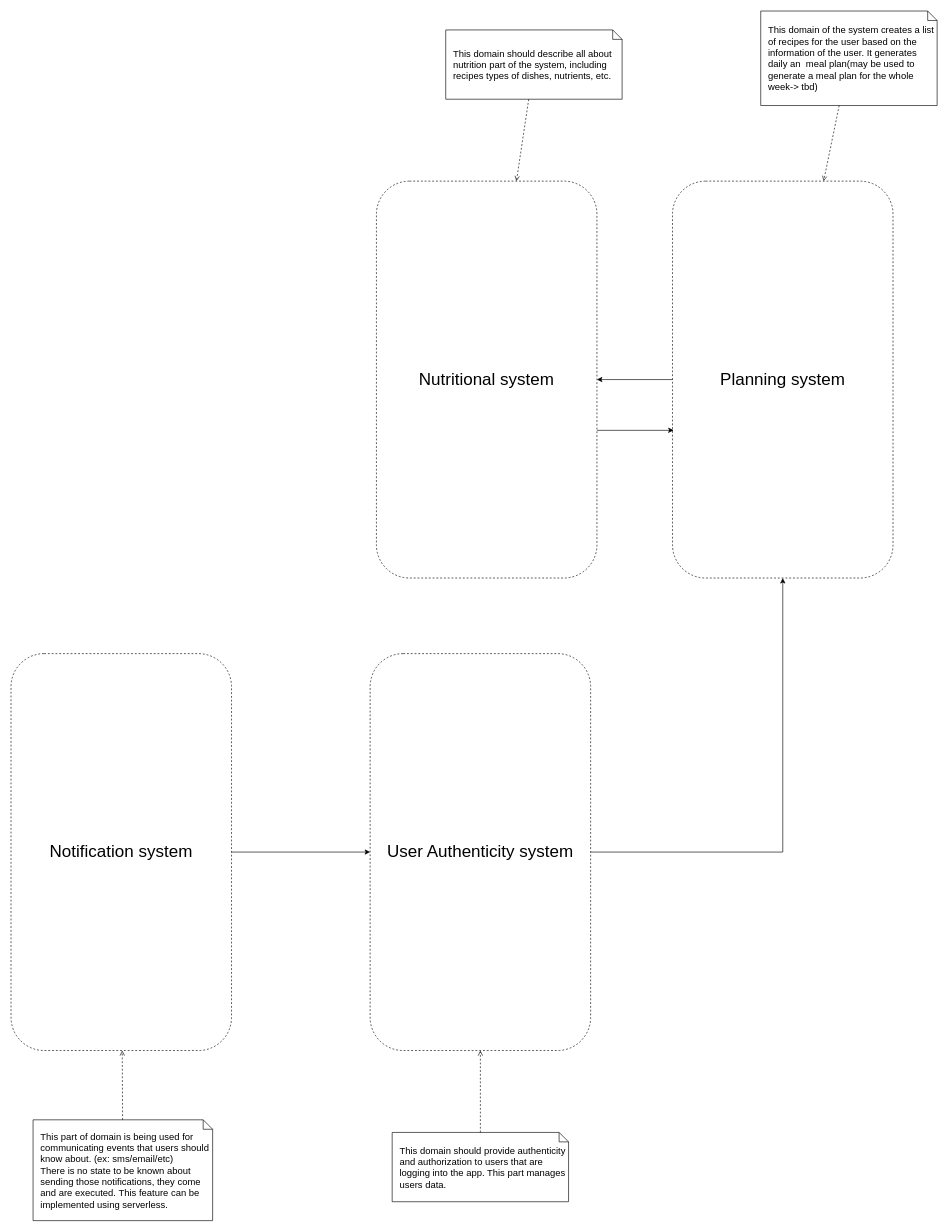
The draw.io diagram page "system-domain-bound-contexts" (2 of 8) of documentation/keep-fit-diagrams.drawio in sgabriel190/keep-fit, before the edit. Source tidied: cells renumbered, new cells numbered last; positions are measured from the earlier drawing's top-left corner, leaving out a move shared by most shapes. Both pictures are drawn from the tidied source at 63%, with x=0, y=0 at pixel (11, 11).
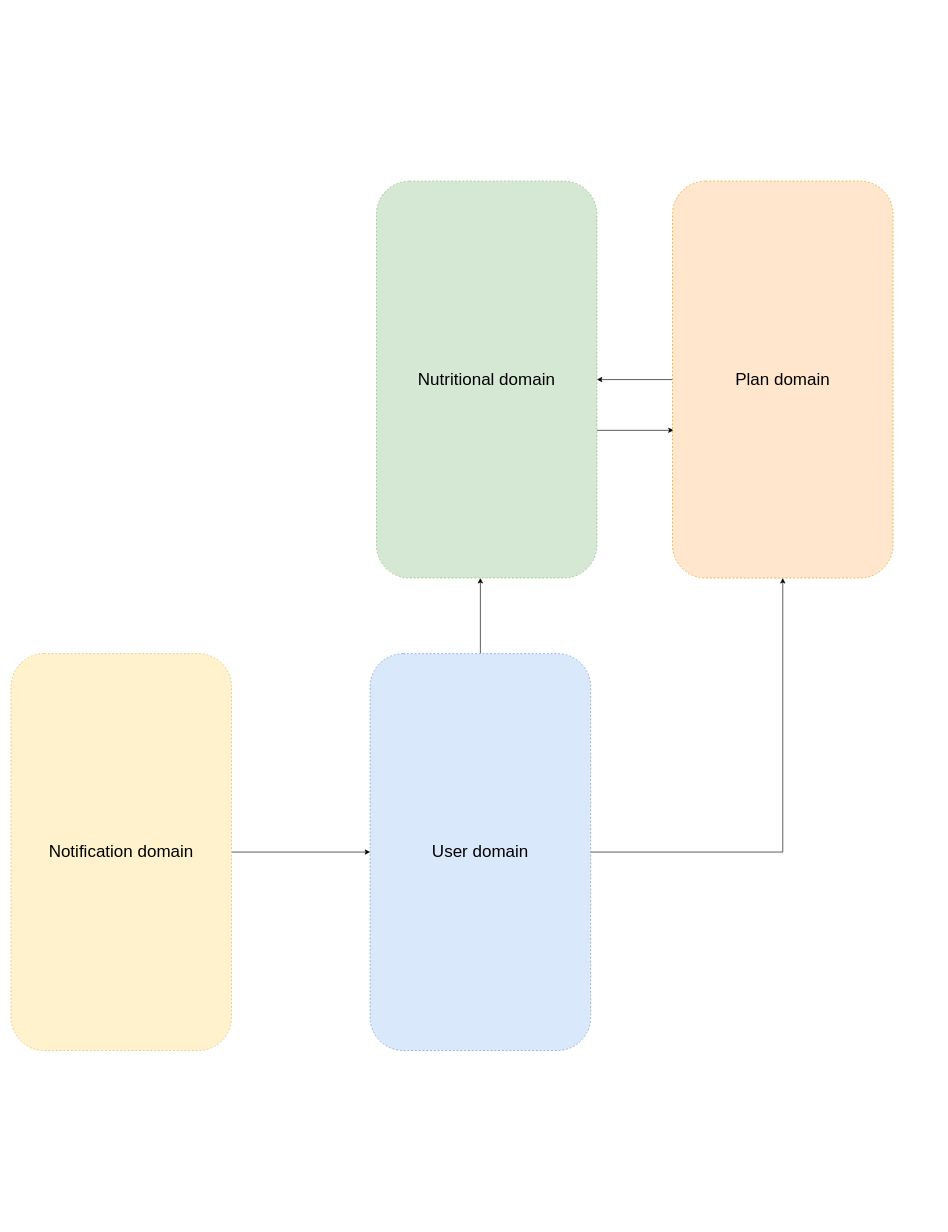
After the change.

The edit, as a diff of the source:
```diff
@@
 <mxGraphModel>
   <root>
     <mxCell id="0" />
     <mxCell id="1" parent="0" />
     <mxCell id="2" style="edgeStyle=orthogonalEdgeStyle;rounded=0;jettySize=auto;html=1;" parent="1" edge="1" source="3" target="9">
       <mxGeometry relative="1" as="geometry" />
     </mxCell>
+    <mxCell id="18" style="edgeStyle=orthogonalEdgeStyle;rounded=0;jettySize=auto;html=1;" parent="1" edge="1" source="3" target="7">
+      <mxGeometry relative="1" as="geometry">
+        <Array as="points">
+          <mxPoint x="745" y="930" />
+          <mxPoint x="745" y="930" />
+        </Array>
+      </mxGeometry>
+    </mxCell>
-    <mxCell id="3" value="&lt;font style=&quot;font-size: 27px&quot;&gt;User Authenticity system&lt;/font&gt;" style="rounded=1;whiteSpace=wrap;html=1;dashed=1;rotation=0;fillColor=none;" parent="1" vertex="1">
+    <mxCell id="3" value="&lt;font style=&quot;font-size: 27px&quot;&gt;User domain&lt;/font&gt;" style="rounded=1;whiteSpace=wrap;html=1;dashed=1;rotation=0;fillColor=#dae8fc;strokeColor=#6c8ebf;" parent="1" vertex="1">
       <mxGeometry x="570" y="1020" width="350" height="630" as="geometry" />
     </mxCell>
     <mxCell id="4" style="edgeStyle=orthogonalEdgeStyle;rounded=0;jettySize=auto;html=1;entryX=0;entryY=0.5;entryDx=0;entryDy=0;" parent="1" edge="1" source="5" target="3">
       <mxGeometry relative="1" as="geometry" />
     </mxCell>
-    <mxCell id="5" value="&lt;font style=&quot;font-size: 27px&quot;&gt;Notification system&lt;/font&gt;" style="rounded=1;whiteSpace=wrap;html=1;dashed=1;rotation=0;fillColor=none;" parent="1" vertex="1">
+    <mxCell id="5" value="&lt;font style=&quot;font-size: 27px&quot;&gt;Notification domain&lt;/font&gt;" style="rounded=1;whiteSpace=wrap;html=1;dashed=1;rotation=0;fillColor=#fff2cc;strokeColor=#d6b656;" parent="1" vertex="1">
       <mxGeometry y="1020" width="350" height="630" as="geometry" />
     </mxCell>
     <mxCell id="6" style="edgeStyle=orthogonalEdgeStyle;rounded=0;jettySize=auto;html=1;entryX=0.005;entryY=0.628;entryDx=0;entryDy=0;entryPerimeter=0;" parent="1" edge="1" source="7" target="9">
       <mxGeometry relative="1" as="geometry">
         <Array as="points">
           <mxPoint x="1050" y="666" />
         </Array>
       </mxGeometry>
     </mxCell>
-    <mxCell id="7" value="&lt;font style=&quot;font-size: 27px&quot;&gt;Nutritional system&lt;/font&gt;" style="rounded=1;whiteSpace=wrap;html=1;dashed=1;rotation=0;fillColor=none;" parent="1" vertex="1">
+    <mxCell id="7" value="&lt;font style=&quot;font-size: 27px&quot;&gt;Nutritional domain&lt;/font&gt;" style="rounded=1;whiteSpace=wrap;html=1;dashed=1;rotation=0;fillColor=#d5e8d4;strokeColor=#82b366;" parent="1" vertex="1">
       <mxGeometry x="580" y="270" width="350" height="630" as="geometry" />
     </mxCell>
     <mxCell id="8" style="edgeStyle=orthogonalEdgeStyle;rounded=0;jettySize=auto;html=1;" parent="1" edge="1" source="9" target="7">
       <mxGeometry relative="1" as="geometry" />
     </mxCell>
-    <mxCell id="9" value="&lt;font style=&quot;font-size: 27px&quot;&gt;Planning system&lt;/font&gt;" style="rounded=1;whiteSpace=wrap;html=1;dashed=1;rotation=0;fillColor=none;" parent="1" vertex="1">
+    <mxCell id="9" value="&lt;font style=&quot;font-size: 27px&quot;&gt;Plan domain&lt;/font&gt;" style="rounded=1;whiteSpace=wrap;html=1;dashed=1;rotation=0;fillColor=#ffe6cc;strokeColor=#d79b00;" parent="1" vertex="1">
       <mxGeometry x="1050" y="270" width="350" height="630" as="geometry" />
     </mxCell>
-    <mxCell id="10" style="rounded=0;jettySize=auto;html=1;endArrow=open;endFill=0;dashed=1;" parent="1" edge="1" source="11" target="7">
-      <mxGeometry relative="1" as="geometry" />
-    </mxCell>
-    <mxCell id="11" value="&lt;font style=&quot;font-size: 15px&quot;&gt;This domain should describe all about nutrition part of the system, including recipes types of dishes, nutrients, etc.&lt;/font&gt;" style="shape=note;size=15;align=left;spacingLeft=10;html=1;whiteSpace=wrap;fillColor=none;" parent="1" vertex="1">
-      <mxGeometry x="690" y="30" width="280" height="110" as="geometry" />
-    </mxCell>
-    <mxCell id="12" style="edgeStyle=none;rounded=0;jettySize=auto;html=1;dashed=1;endArrow=open;endFill=0;" parent="1" edge="1" source="13" target="3">
-      <mxGeometry relative="1" as="geometry" />
-    </mxCell>
-    <mxCell id="13" value="&lt;font style=&quot;font-size: 15px&quot;&gt;This domain should provide authenticity and authorization to users that are logging into the app. This part manages users data.&lt;br&gt;&lt;/font&gt;" style="shape=note;size=15;align=left;spacingLeft=10;html=1;whiteSpace=wrap;fillColor=none;" parent="1" vertex="1">
-      <mxGeometry x="605" y="1780" width="280" height="110" as="geometry" />
-    </mxCell>
-    <mxCell id="14" style="edgeStyle=none;rounded=0;jettySize=auto;html=1;dashed=1;endArrow=open;endFill=0;" parent="1" edge="1" source="15" target="5">
-      <mxGeometry relative="1" as="geometry" />
-    </mxCell>
-    <mxCell id="15" value="&lt;font style=&quot;font-size: 15px&quot;&gt;This part of domain is being used for communicating events that users should know about. (ex: sms/email/etc)&lt;br&gt;There is no state to be known about sending those notifications, they come and are executed. This feature can be implemented using serverless.&lt;br&gt;&lt;/font&gt;" style="shape=note;size=15;align=left;spacingLeft=10;html=1;whiteSpace=wrap;fillColor=none;" parent="1" vertex="1">
-      <mxGeometry x="35" y="1760" width="285" height="160" as="geometry" />
-    </mxCell>
-    <mxCell id="16" style="edgeStyle=none;rounded=0;jettySize=auto;html=1;dashed=1;endArrow=open;endFill=0;" parent="1" edge="1" source="17" target="9">
-      <mxGeometry relative="1" as="geometry" />
-    </mxCell>
-    <mxCell id="17" value="&lt;font style=&quot;font-size: 15px&quot;&gt;This domain of the system creates a list of recipes for the user based on the information of the user. It generates daily an&amp;nbsp; meal plan(may be used to generate a meal plan for the whole week-&amp;gt; tbd)&lt;/font&gt;" style="shape=note;size=15;align=left;spacingLeft=10;html=1;whiteSpace=wrap;fillColor=none;" parent="1" vertex="1">
-      <mxGeometry x="1190" width="280" height="150" as="geometry" />
-    </mxCell>
   </root>
 </mxGraphModel>
```
